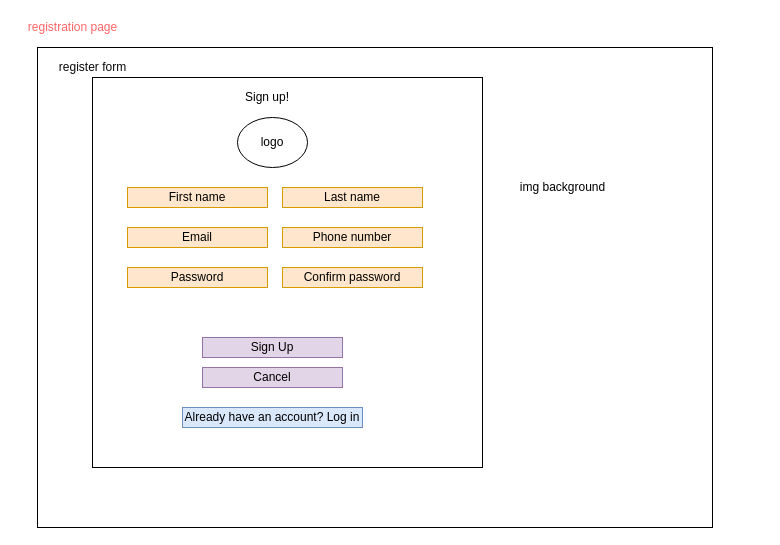
AlbuMihaela/Animal-Application keeps this draw.io diagram as docs/2 design/common/register.drawio. Above is the earlier version. Source tidied: cells renumbered, new cells numbered last; positions are measured from the earlier drawing's top-left corner, leaving out a move shared by most shapes. Both pictures are drawn from the tidied source at 100%, with x=0, y=0 at pixel (17, 17).
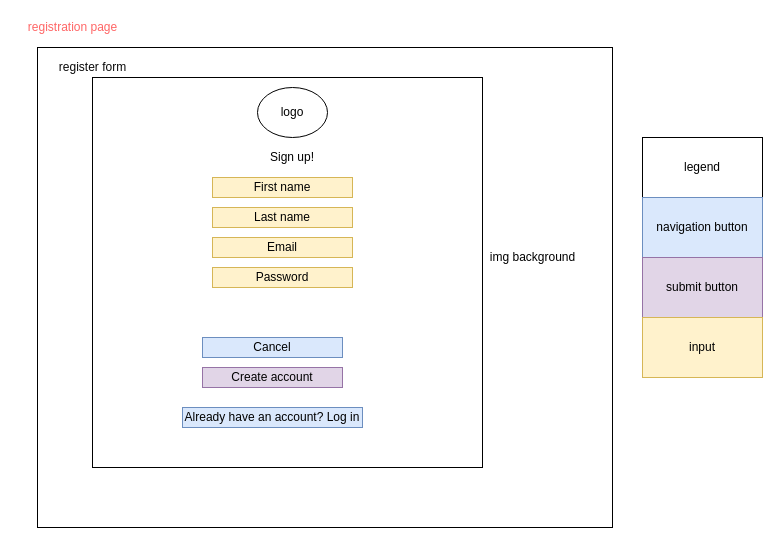
The same diagram, later.

What changed in the source:
```diff
@@
 <mxGraphModel>
   <root>
     <mxCell id="0" />
     <mxCell id="1" parent="0" />
     <mxCell id="2" style="rounded=0;whiteSpace=wrap;html=1;" parent="1" vertex="1">
-      <mxGeometry x="20" y="30" width="675" height="480" as="geometry" />
+      <mxGeometry x="20" y="30" width="575" height="480" as="geometry" />
     </mxCell>
     <mxCell id="3" value="&lt;font color=&quot;#ff6666&quot;&gt;registration page&lt;/font&gt;" style="text;html=1;align=center;verticalAlign=middle;strokeColor=none;" parent="1" vertex="1">
       <mxGeometry width="110" height="20" as="geometry" />
     </mxCell>
     <mxCell id="4" style="whiteSpace=wrap;html=1;" parent="1" vertex="1">
       <mxGeometry x="75" y="60" width="390" height="390" as="geometry" />
     </mxCell>
     <mxCell id="5" value="Sign up!" style="text;html=1;strokeColor=none;fillColor=none;align=center;verticalAlign=middle;whiteSpace=wrap;rounded=0;" parent="1" vertex="1">
-      <mxGeometry x="85" y="70" width="330" height="20" as="geometry" />
+      <mxGeometry x="110" y="130" width="330" height="20" as="geometry" />
     </mxCell>
-    <mxCell id="6" value="Last name" style="rounded=0;whiteSpace=wrap;html=1;fillColor=#ffe6cc;strokeColor=#d79b00;" parent="1" vertex="1">
-      <mxGeometry x="265" y="170" width="140" height="20" as="geometry" />
+    <mxCell id="6" value="Last name" style="rounded=0;whiteSpace=wrap;html=1;fillColor=#fff2cc;strokeColor=#d6b656;" parent="1" vertex="1">
+      <mxGeometry x="195" y="190" width="140" height="20" as="geometry" />
     </mxCell>
-    <mxCell id="7" value="Password" style="rounded=0;whiteSpace=wrap;html=1;fillColor=#ffe6cc;strokeColor=#d79b00;" parent="1" vertex="1">
-      <mxGeometry x="110" y="250" width="140" height="20" as="geometry" />
+    <mxCell id="7" value="Password" style="rounded=0;whiteSpace=wrap;html=1;fillColor=#fff2cc;strokeColor=#d6b656;" parent="1" vertex="1">
+      <mxGeometry x="195" y="250" width="140" height="20" as="geometry" />
     </mxCell>
-    <mxCell id="8" value="Confirm password" style="rounded=0;whiteSpace=wrap;html=1;fillColor=#ffe6cc;strokeColor=#d79b00;" parent="1" vertex="1">
-      <mxGeometry x="265" y="250" width="140" height="20" as="geometry" />
-    </mxCell>
-    <mxCell id="9" value="Sign Up" style="rounded=0;whiteSpace=wrap;html=1;fillColor=#e1d5e7;strokeColor=#9673a6;" parent="1" vertex="1">
-      <mxGeometry x="185" y="320" width="140" height="20" as="geometry" />
+    <mxCell id="9" value="Create account" style="rounded=0;whiteSpace=wrap;html=1;fillColor=#e1d5e7;strokeColor=#9673a6;" parent="1" vertex="1">
+      <mxGeometry x="185" y="350" width="140" height="20" as="geometry" />
     </mxCell>
     <mxCell id="10" value="&lt;font color=&quot;#0a0a0a&quot;&gt;register form&lt;/font&gt;" style="text;html=1;align=center;verticalAlign=middle;strokeColor=none;fontColor=#D9D9D9;" parent="1" vertex="1">
       <mxGeometry x="35" y="40" width="80" height="20" as="geometry" />
     </mxCell>
     <mxCell id="11" value="Already have an account? Log in" style="rounded=0;whiteSpace=wrap;html=1;fillColor=#dae8fc;strokeColor=#6c8ebf;" parent="1" vertex="1">
       <mxGeometry x="165" y="390" width="180" height="20" as="geometry" />
     </mxCell>
-    <mxCell id="12" value="First name" style="rounded=0;whiteSpace=wrap;html=1;fillColor=#ffe6cc;strokeColor=#d79b00;" parent="1" vertex="1">
-      <mxGeometry x="110" y="170" width="140" height="20" as="geometry" />
+    <mxCell id="12" value="First name" style="rounded=0;whiteSpace=wrap;html=1;fillColor=#fff2cc;strokeColor=#d6b656;" parent="1" vertex="1">
+      <mxGeometry x="195" y="160" width="140" height="20" as="geometry" />
     </mxCell>
-    <mxCell id="13" value="Email" style="rounded=0;whiteSpace=wrap;html=1;fillColor=#ffe6cc;strokeColor=#d79b00;" parent="1" vertex="1">
-      <mxGeometry x="110" y="210" width="140" height="20" as="geometry" />
+    <mxCell id="13" value="Email" style="rounded=0;whiteSpace=wrap;html=1;fillColor=#fff2cc;strokeColor=#d6b656;" parent="1" vertex="1">
+      <mxGeometry x="195" y="220" width="140" height="20" as="geometry" />
     </mxCell>
-    <mxCell id="14" value="Phone number" style="rounded=0;whiteSpace=wrap;html=1;fillColor=#ffe6cc;strokeColor=#d79b00;" parent="1" vertex="1">
-      <mxGeometry x="265" y="210" width="140" height="20" as="geometry" />
-    </mxCell>
     <mxCell id="15" value="logo" style="ellipse;whiteSpace=wrap;html=1;" parent="1" vertex="1">
-      <mxGeometry x="220" y="100" width="70" height="50" as="geometry" />
+      <mxGeometry x="240" y="70" width="70" height="50" as="geometry" />
     </mxCell>
     <mxCell id="16" value="img background" style="text;html=1;align=center;verticalAlign=middle;strokeColor=none;" parent="1" vertex="1">
-      <mxGeometry x="495" y="160" width="100" height="20" as="geometry" />
+      <mxGeometry x="465" y="230" width="100" height="20" as="geometry" />
     </mxCell>
-    <mxCell id="17" value="Cancel" style="rounded=0;whiteSpace=wrap;html=1;fillColor=#e1d5e7;strokeColor=#9673a6;" parent="1" vertex="1">
-      <mxGeometry x="185" y="350" width="140" height="20" as="geometry" />
+    <mxCell id="17" value="Cancel" style="rounded=0;whiteSpace=wrap;html=1;fillColor=#dae8fc;strokeColor=#6c8ebf;" parent="1" vertex="1">
+      <mxGeometry x="185" y="320" width="140" height="20" as="geometry" />
     </mxCell>
+    <mxCell id="18" value="legend" style="rounded=0;whiteSpace=wrap;html=1;" parent="1" vertex="1">
+      <mxGeometry x="625" y="120" width="120" height="60" as="geometry" />
+    </mxCell>
+    <mxCell id="19" value="navigation button" style="rounded=0;whiteSpace=wrap;html=1;fillColor=#dae8fc;strokeColor=#6c8ebf;" parent="1" vertex="1">
+      <mxGeometry x="625" y="180" width="120" height="60" as="geometry" />
+    </mxCell>
+    <mxCell id="20" value="submit button" style="rounded=0;whiteSpace=wrap;html=1;fillColor=#e1d5e7;strokeColor=#9673a6;" parent="1" vertex="1">
+      <mxGeometry x="625" y="240" width="120" height="60" as="geometry" />
+    </mxCell>
+    <mxCell id="21" value="input" style="rounded=0;whiteSpace=wrap;html=1;fillColor=#fff2cc;strokeColor=#d6b656;" parent="1" vertex="1">
+      <mxGeometry x="625" y="300" width="120" height="60" as="geometry" />
+    </mxCell>
   </root>
 </mxGraphModel>
```
